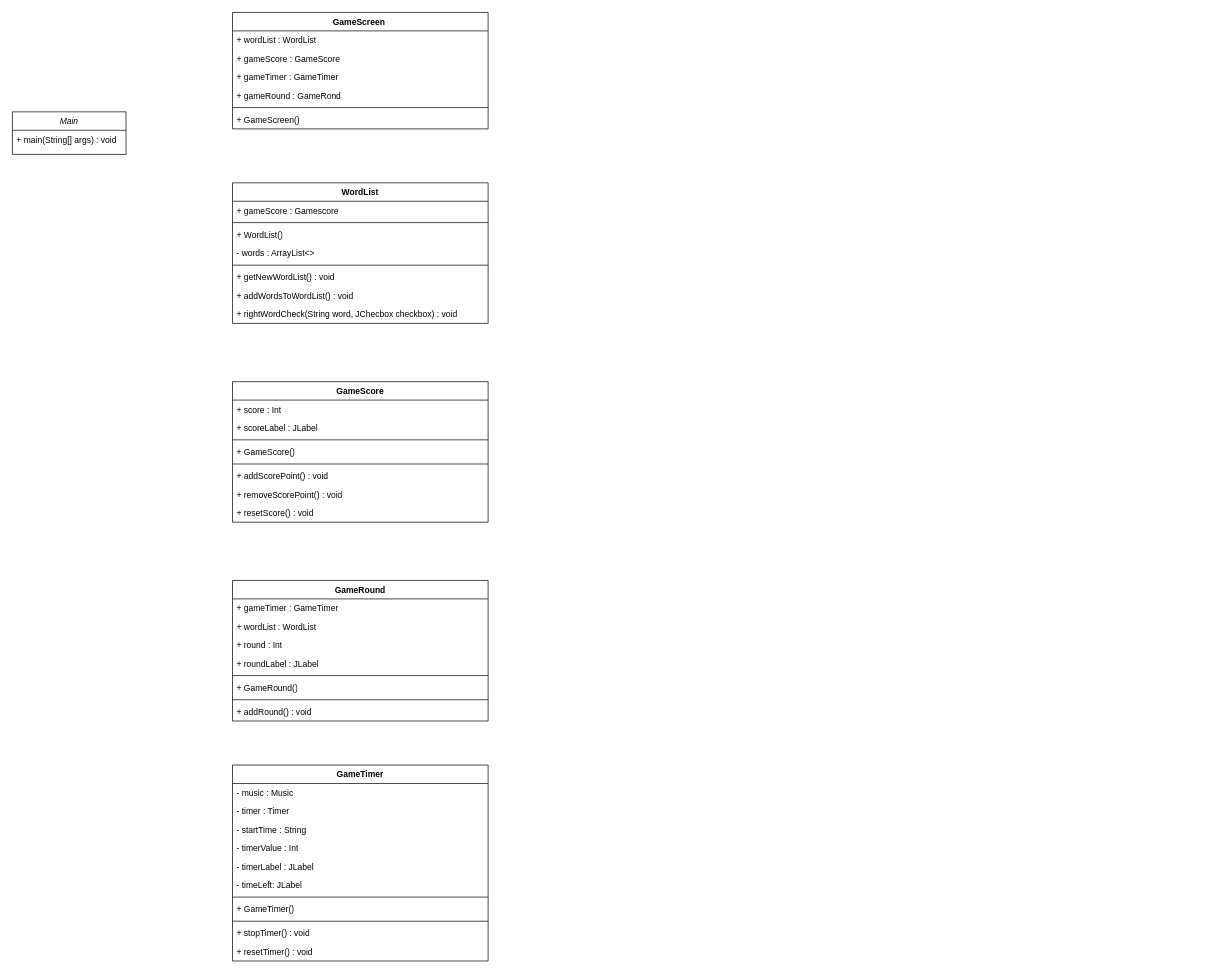
The draw.io diagram src/main/resources/30_seconds.drawio in Chrinsieboy/you_have_30_seconds, before the edit. Source tidied: cells renumbered, new cells numbered last; positions are measured from the earlier drawing's top-left corner, leaving out a move shared by most shapes. Both pictures are drawn from the tidied source at 71%, with x=0, y=0 at pixel (12, 12).
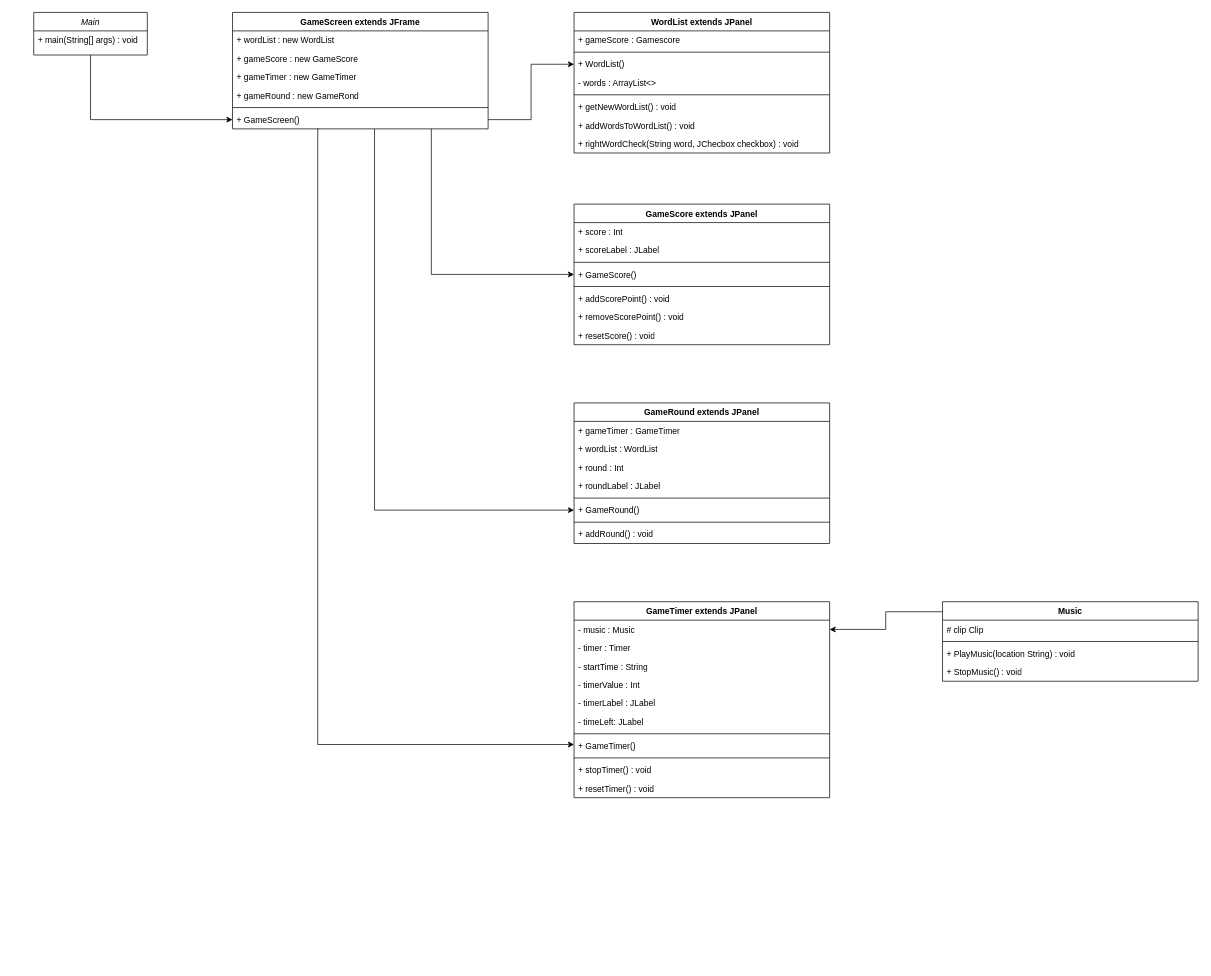
The same page after the edit.

The change refers to these unchanged cells:
```xml
<mxCell id="10" value="+ GameScreen()" style="text;strokeColor=none;fillColor=none;align=left;verticalAlign=top;spacingLeft=4;spacingRight=4;overflow=hidden;points=[[0,0.5],[1,0.5]];portConstraint=eastwest;whiteSpace=wrap;html=1;" parent="4" vertex="1">
  <mxGeometry y="138" width="360" height="26" as="geometry" />
</mxCell>
<mxCell id="14" value="+ WordList()" style="text;strokeColor=none;fillColor=none;align=left;verticalAlign=top;spacingLeft=4;spacingRight=4;overflow=hidden;points=[[0,0.5],[1,0.5]];portConstraint=eastwest;whiteSpace=wrap;html=1;" parent="11" vertex="1">
  <mxGeometry y="60" width="360" height="26" as="geometry" />
</mxCell>
<mxCell id="24" value="+ GameScore()" style="text;strokeColor=none;fillColor=none;align=left;verticalAlign=top;spacingLeft=4;spacingRight=4;overflow=hidden;points=[[0,0.5],[1,0.5]];portConstraint=eastwest;whiteSpace=wrap;html=1;" parent="20" vertex="1">
  <mxGeometry y="86" width="360" height="26" as="geometry" />
</mxCell>
<mxCell id="35" value="+ GameRound()" style="text;strokeColor=none;fillColor=none;align=left;verticalAlign=top;spacingLeft=4;spacingRight=4;overflow=hidden;points=[[0,0.5],[1,0.5]];portConstraint=eastwest;whiteSpace=wrap;html=1;" parent="29" vertex="1">
  <mxGeometry y="138" width="360" height="26" as="geometry" />
</mxCell>
<mxCell id="39" value="- music : Music" style="text;strokeColor=none;fillColor=none;align=left;verticalAlign=top;spacingLeft=4;spacingRight=4;overflow=hidden;points=[[0,0.5],[1,0.5]];portConstraint=eastwest;whiteSpace=wrap;html=1;" parent="38" vertex="1">
  <mxGeometry y="26" width="360" height="26" as="geometry" />
</mxCell>
```

Diff of the diagram source:
```diff
@@
+    <mxCell id="50" style="edgeStyle=orthogonalEdgeStyle;rounded=0;jettySize=auto;html=1;entryX=0;entryY=0.5;entryDx=0;entryDy=0;" parent="1" edge="1" source="2" target="10">
+      <mxGeometry relative="1" as="geometry" />
+    </mxCell>
     <mxCell id="2" value="Main" style="swimlane;fontStyle=2;align=center;verticalAlign=top;horizontal=1;startSize=26;rounded=0;shadow=0;strokeWidth=1;" parent="1" vertex="1">
-      <mxGeometry y="140" width="160" height="60" as="geometry" />
+      <mxGeometry x="30" width="160" height="60" as="geometry" />
     </mxCell>
@@
+    <mxCell id="51" style="edgeStyle=orthogonalEdgeStyle;rounded=0;orthogonalLoop=1;jettySize=auto;html=1;entryX=0;entryY=0.5;entryDx=0;entryDy=0;exitX=0.336;exitY=1.072;exitDx=0;exitDy=0;exitPerimeter=0;" parent="1" edge="1">
+      <mxGeometry relative="1" as="geometry">
+        <mxPoint x="431" y="164" as="sourcePoint" />
+        <mxPoint x="791" y="1031.1" as="targetPoint" />
+        <Array as="points">
+          <mxPoint x="430" y="164" />
+          <mxPoint x="430" y="1031" />
+        </Array>
+      </mxGeometry>
+    </mxCell>
+    <mxCell id="52" style="edgeStyle=orthogonalEdgeStyle;rounded=0;jettySize=auto;html=1;" parent="1" edge="1" source="4" target="35">
+      <mxGeometry relative="1" as="geometry">
+        <Array as="points">
+          <mxPoint x="510" y="701" />
+        </Array>
+      </mxGeometry>
+    </mxCell>
+    <mxCell id="53" style="edgeStyle=orthogonalEdgeStyle;rounded=0;jettySize=auto;html=1;entryX=0;entryY=0.5;entryDx=0;entryDy=0;" parent="1" edge="1" source="4" target="24">
+      <mxGeometry relative="1" as="geometry">
+        <Array as="points">
+          <mxPoint x="590" y="369" />
+        </Array>
+      </mxGeometry>
+    </mxCell>
-    <mxCell id="4" value="GameScreen&amp;nbsp;" style="swimlane;fontStyle=1;align=center;verticalAlign=top;horizontal=1;startSize=26;whiteSpace=wrap;html=1;" parent="1" vertex="1">
+    <mxCell id="4" value="GameScreen extends JFrame" style="swimlane;fontStyle=1;align=center;verticalAlign=top;horizontal=1;startSize=26;whiteSpace=wrap;html=1;" parent="1" vertex="1">
       <mxGeometry x="310" width="360" height="164" as="geometry" />
     </mxCell>
-    <mxCell id="5" value="+ wordList : WordList" style="text;strokeColor=none;fillColor=none;align=left;verticalAlign=top;spacingLeft=4;spacingRight=4;overflow=hidden;whiteSpace=wrap;html=1;" parent="4" vertex="1">
+    <mxCell id="5" value="+ wordList : new WordList" style="text;strokeColor=none;fillColor=none;align=left;verticalAlign=top;spacingLeft=4;spacingRight=4;overflow=hidden;whiteSpace=wrap;html=1;" parent="4" vertex="1">
       <mxGeometry y="26" width="360" height="26" as="geometry" />
     </mxCell>
-    <mxCell id="6" value="+ gameScore : GameScore" style="text;strokeColor=none;fillColor=none;align=left;verticalAlign=top;spacingLeft=4;spacingRight=4;overflow=hidden;whiteSpace=wrap;html=1;" parent="4" vertex="1">
+    <mxCell id="6" value="+ gameScore : new GameScore" style="text;strokeColor=none;fillColor=none;align=left;verticalAlign=top;spacingLeft=4;spacingRight=4;overflow=hidden;whiteSpace=wrap;html=1;" parent="4" vertex="1">
       <mxGeometry y="52" width="360" height="26" as="geometry" />
     </mxCell>
-    <mxCell id="7" value="+ gameTimer : GameTimer" style="text;strokeColor=none;fillColor=none;align=left;verticalAlign=top;spacingLeft=4;spacingRight=4;overflow=hidden;whiteSpace=wrap;html=1;" parent="4" vertex="1">
+    <mxCell id="7" value="+ gameTimer : new GameTimer" style="text;strokeColor=none;fillColor=none;align=left;verticalAlign=top;spacingLeft=4;spacingRight=4;overflow=hidden;whiteSpace=wrap;html=1;" parent="4" vertex="1">
       <mxGeometry y="78" width="360" height="26" as="geometry" />
     </mxCell>
-    <mxCell id="8" value="+ gameRound : GameRond" style="text;strokeColor=none;fillColor=none;align=left;verticalAlign=top;spacingLeft=4;spacingRight=4;overflow=hidden;whiteSpace=wrap;html=1;" parent="4" vertex="1">
+    <mxCell id="8" value="+ gameRound : new GameRond" style="text;strokeColor=none;fillColor=none;align=left;verticalAlign=top;spacingLeft=4;spacingRight=4;overflow=hidden;whiteSpace=wrap;html=1;" parent="4" vertex="1">
       <mxGeometry y="104" width="360" height="26" as="geometry" />
     </mxCell>
@@
-    <mxCell id="11" value="WordList" style="swimlane;fontStyle=1;align=center;verticalAlign=top;horizontal=1;startSize=26;whiteSpace=wrap;html=1;" parent="1" vertex="1">
-      <mxGeometry x="310" y="240" width="360" height="198" as="geometry" />
+    <mxCell id="11" value="WordList extends JPanel" style="swimlane;fontStyle=1;align=center;verticalAlign=top;horizontal=1;startSize=26;whiteSpace=wrap;html=1;" parent="1" vertex="1">
+      <mxGeometry x="791" width="360" height="198" as="geometry" />
     </mxCell>
@@
-    <mxCell id="20" value="GameScore" style="swimlane;fontStyle=1;align=center;verticalAlign=top;horizontal=1;startSize=26;whiteSpace=wrap;html=1;" parent="1" vertex="1">
-      <mxGeometry x="310" y="520" width="360" height="198" as="geometry" />
+    <mxCell id="20" value="GameScore&amp;nbsp;extends JPanel" style="swimlane;fontStyle=1;align=center;verticalAlign=top;horizontal=1;startSize=26;whiteSpace=wrap;html=1;" parent="1" vertex="1">
+      <mxGeometry x="791" y="270" width="360" height="198" as="geometry" />
     </mxCell>
@@
-    <mxCell id="29" value="GameRound" style="swimlane;fontStyle=1;align=center;verticalAlign=top;horizontal=1;startSize=26;whiteSpace=wrap;html=1;" parent="1" vertex="1">
-      <mxGeometry x="310" y="800" width="360" height="198" as="geometry" />
+    <mxCell id="29" value="GameRound&amp;nbsp;extends JPanel" style="swimlane;fontStyle=1;align=center;verticalAlign=top;horizontal=1;startSize=26;whiteSpace=wrap;html=1;" parent="1" vertex="1">
+      <mxGeometry x="791" y="550" width="360" height="198" as="geometry" />
     </mxCell>
@@
-    <mxCell id="38" value="GameTimer" style="swimlane;fontStyle=1;align=center;verticalAlign=top;horizontal=1;startSize=26;whiteSpace=wrap;html=1;" parent="1" vertex="1">
-      <mxGeometry x="310" y="1060" width="360" height="276" as="geometry" />
+    <mxCell id="38" value="GameTimer&amp;nbsp;extends JPanel" style="swimlane;fontStyle=1;align=center;verticalAlign=top;horizontal=1;startSize=26;whiteSpace=wrap;html=1;" parent="1" vertex="1">
+      <mxGeometry x="791" y="830" width="360" height="276" as="geometry" />
     </mxCell>
@@
+    <mxCell id="54" style="edgeStyle=orthogonalEdgeStyle;rounded=0;jettySize=auto;html=1;exitX=0;exitY=0.126;exitDx=0;exitDy=0;exitPerimeter=0;" parent="1" edge="1" source="55" target="39">
+      <mxGeometry relative="1" as="geometry">
+        <Array as="points">
+          <mxPoint x="1230" y="844" />
+          <mxPoint x="1230" y="869" />
+        </Array>
+      </mxGeometry>
+    </mxCell>
+    <mxCell id="55" value="Music" style="swimlane;fontStyle=1;align=center;verticalAlign=top;horizontal=1;startSize=26;whiteSpace=wrap;html=1;" parent="1" vertex="1">
+      <mxGeometry x="1310" y="830" width="360" height="112" as="geometry" />
+    </mxCell>
+    <mxCell id="56" value="# clip Clip" style="text;strokeColor=none;fillColor=none;align=left;verticalAlign=top;spacingLeft=4;spacingRight=4;overflow=hidden;whiteSpace=wrap;html=1;" parent="55" vertex="1">
+      <mxGeometry y="26" width="360" height="26" as="geometry" />
+    </mxCell>
+    <mxCell id="57" style="line;strokeWidth=1;fillColor=none;align=left;verticalAlign=middle;spacingTop=-1;spacingLeft=3;spacingRight=3;labelPosition=right;strokeColor=inherit;" parent="55" vertex="1">
+      <mxGeometry y="52" width="360" height="8" as="geometry" />
+    </mxCell>
+    <mxCell id="58" value="+ PlayMusic(location String) : void" style="text;strokeColor=none;fillColor=none;align=left;verticalAlign=top;spacingLeft=4;spacingRight=4;overflow=hidden;whiteSpace=wrap;html=1;" parent="55" vertex="1">
+      <mxGeometry y="60" width="360" height="26" as="geometry" />
+    </mxCell>
+    <mxCell id="59" value="+ StopMusic() : void" style="text;strokeColor=none;fillColor=none;align=left;verticalAlign=top;spacingLeft=4;spacingRight=4;overflow=hidden;whiteSpace=wrap;html=1;" parent="55" vertex="1">
+      <mxGeometry y="86" width="360" height="26" as="geometry" />
+    </mxCell>
+    <mxCell id="60" style="edgeStyle=orthogonalEdgeStyle;rounded=0;jettySize=auto;html=1;" parent="1" edge="1" source="10" target="14">
+      <mxGeometry relative="1" as="geometry" />
+    </mxCell>
```
